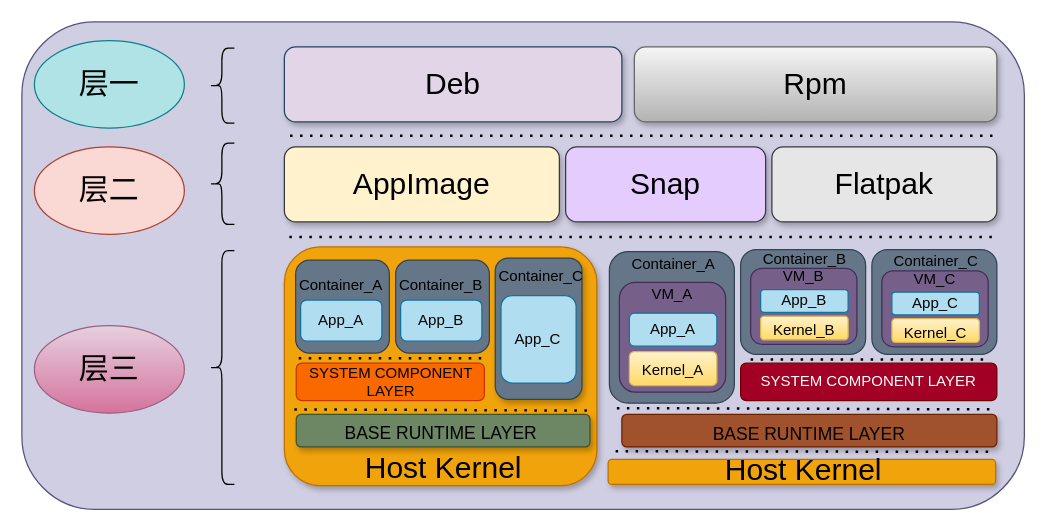
The draw.io diagram appcomparch.drawio in Doorer/draw.io-1, before the edit. Source tidied: cells renumbered, new cells numbered last; positions are measured from the earlier drawing's top-left corner, leaving out a move shared by most shapes. Both pictures are drawn from the tidied source at 125%, with x=0, y=0 at pixel (21, 21).
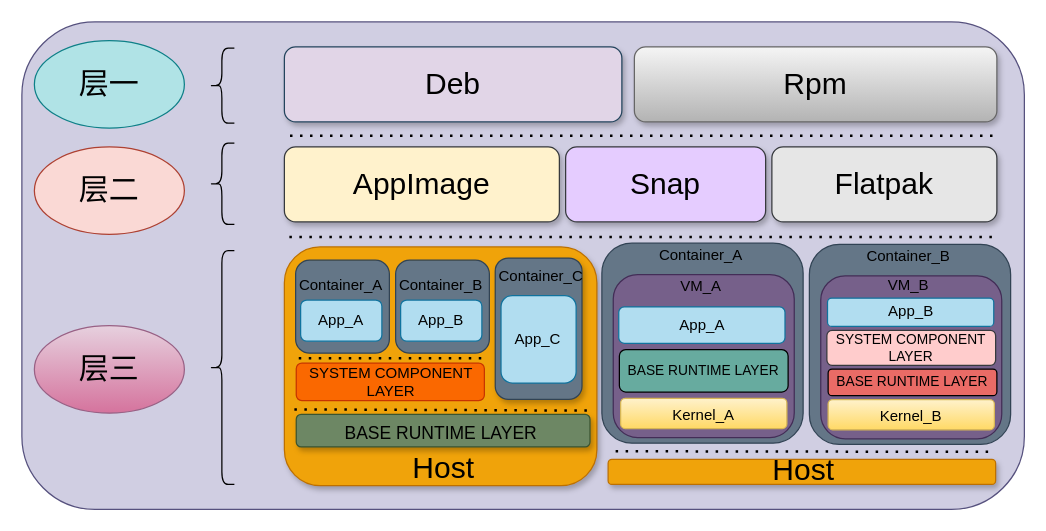
The same page after the edit.

What changed in the source:
```diff
@@
-    <mxCell id="11" value="&lt;font style=&quot;font-size: 24px&quot;&gt;Host Kernel&lt;/font&gt;" style="text;html=1;align=center;verticalAlign=middle;fillColor=none;strokeColor=none;rounded=0;fontSize=12;" parent="1" vertex="1">
-      <mxGeometry x="267" y="347" width="140" height="20" as="geometry" />
+    <mxCell id="11" value="&lt;font style=&quot;font-size: 24px&quot;&gt;Host&lt;/font&gt;" style="text;html=1;align=center;verticalAlign=middle;fillColor=none;strokeColor=none;rounded=0;fontSize=12;" parent="1" vertex="1">
+      <mxGeometry x="307" y="347" width="60" height="20" as="geometry" />
     </mxCell>
-    <mxCell id="12" value="&lt;font style=&quot;font-size: 24px&quot;&gt;Host Kernel&lt;/font&gt;" style="text;html=1;align=center;verticalAlign=middle;fillColor=none;strokeColor=none;rounded=0;fontSize=12;" parent="1" vertex="1">
-      <mxGeometry x="555" y="348.5" width="140" height="20" as="geometry" />
+    <mxCell id="12" value="&lt;font style=&quot;font-size: 24px&quot;&gt;Host&lt;/font&gt;" style="text;html=1;align=center;verticalAlign=middle;fillColor=none;strokeColor=none;rounded=0;fontSize=12;" parent="1" vertex="1">
+      <mxGeometry x="595" y="348.5" width="60" height="20" as="geometry" />
     </mxCell>
@@
-    <mxCell id="27" style="group;shadow=1;rounded=1;" parent="1" vertex="1">
-      <mxGeometry x="470" y="175" width="100" height="130" as="geometry" />
-    </mxCell>
-    <mxCell id="28" style="rounded=1;whiteSpace=wrap;html=1;fontSize=24;strokeColor=#314354;fillColor=#647687;fontColor=#ffffff;" parent="27" vertex="1">
-      <mxGeometry y="8.8" width="100" height="121.2" as="geometry" />
-    </mxCell>
-    <mxCell id="29" style="group;" parent="27" vertex="1">
-      <mxGeometry x="8" y="8.8" width="85" height="112.4" as="geometry" />
-    </mxCell>
-    <mxCell id="30" style="rounded=1;whiteSpace=wrap;html=1;fontSize=24;fillColor=#76608a;fontColor=#ffffff;strokeColor=#432D57;" parent="29" vertex="1">
-      <mxGeometry y="24.6" width="85" height="87.8" as="geometry" />
-    </mxCell>
-    <mxCell id="31" value="&lt;font style=&quot;font-size: 12px&quot;&gt;Kernel_A&lt;/font&gt;" style="rounded=1;whiteSpace=wrap;html=1;fontSize=18;fillColor=#fff2cc;strokeColor=#d6b656;gradientColor=#ffd966;" parent="29" vertex="1">
-      <mxGeometry x="8" y="79.9" width="70" height="27.2" as="geometry" />
-    </mxCell>
-    <mxCell id="32" value="App_A" style="rounded=1;whiteSpace=wrap;html=1;fontSize=12;fillColor=#b1ddf0;strokeColor=#10739e;" parent="29" vertex="1">
-      <mxGeometry x="8" y="49.2" width="70" height="26.4" as="geometry" />
-    </mxCell>
-    <mxCell id="33" value="VM_A" style="text;html=1;align=center;verticalAlign=middle;fillColor=none;strokeColor=none;rounded=0;fontSize=12;" parent="29" vertex="1">
-      <mxGeometry x="17" y="24.4" width="50" height="20" as="geometry" />
-    </mxCell>
-    <mxCell id="34" value="Container_A" style="text;html=1;align=center;verticalAlign=middle;fillColor=none;strokeColor=none;rounded=0;fontSize=12;" parent="29" vertex="1">
-      <mxGeometry x="3" width="80" height="20" as="geometry" />
-    </mxCell>
-    <mxCell id="35" style="endArrow=none;dashed=1;html=1;dashPattern=1 3;strokeWidth=2;rounded=0;fontSize=24;" parent="1" edge="1">
-      <mxGeometry relative="1" as="geometry">
-        <mxPoint x="476" y="309" as="sourcePoint" />
-        <mxPoint x="776" y="310" as="targetPoint" />
-      </mxGeometry>
-    </mxCell>
@@
-    <mxCell id="41" value="&lt;span style=&quot;color: rgb(0 , 0 , 0) ; font-size: 14px&quot;&gt;BASE RUNTIME LAYER&lt;/span&gt;" style="rounded=1;whiteSpace=wrap;html=1;fontSize=24;strokeColor=#6D1F00;fillColor=#a0522d;shadow=1;fontColor=#ffffff;" parent="1" vertex="1">
-      <mxGeometry x="480" y="314" width="300" height="26" as="geometry" />
-    </mxCell>
@@
-    <mxCell id="49" value="SYSTEM COMPONENT LAYER" style="rounded=1;whiteSpace=wrap;html=1;fontSize=12;strokeColor=#6F0000;fillColor=#a20025;fontColor=#ffffff;" parent="1" vertex="1">
-      <mxGeometry x="575" y="273" width="205" height="30" as="geometry" />
-    </mxCell>
-    <mxCell id="50" style="endArrow=none;dashed=1;html=1;dashPattern=1 3;strokeWidth=2;rounded=0;fontSize=6;" parent="1" edge="1">
-      <mxGeometry relative="1" as="geometry">
-        <mxPoint x="583" y="270" as="sourcePoint" />
-        <mxPoint x="773" y="270" as="targetPoint" />
-      </mxGeometry>
-    </mxCell>
-    <mxCell id="51" style="group;" parent="1" vertex="1">
-      <mxGeometry x="680" y="182.1" width="100" height="83.9" as="geometry" />
-    </mxCell>
-    <mxCell id="52" style="rounded=1;whiteSpace=wrap;html=1;fontSize=24;strokeColor=#314354;fillColor=#647687;fontColor=#ffffff;" parent="51" vertex="1">
-      <mxGeometry width="100" height="83.9" as="geometry" />
-    </mxCell>
-    <mxCell id="53" style="group;" parent="51" vertex="1">
-      <mxGeometry x="8" width="85" height="77.8" as="geometry" />
-    </mxCell>
-    <mxCell id="54" style="rounded=1;whiteSpace=wrap;html=1;fontSize=24;fillColor=#76608a;fontColor=#ffffff;strokeColor=#432D57;" parent="53" vertex="1">
-      <mxGeometry y="17" width="85" height="60.8" as="geometry" />
-    </mxCell>
-    <mxCell id="55" value="&lt;font style=&quot;font-size: 12px&quot;&gt;Kernel_C&lt;/font&gt;" style="rounded=1;whiteSpace=wrap;html=1;fontSize=18;fillColor=#fff2cc;strokeColor=#d6b656;gradientColor=#ffd966;" parent="53" vertex="1">
-      <mxGeometry x="8" y="55.3" width="70" height="18.9" as="geometry" />
-    </mxCell>
-    <mxCell id="56" value="App_C" style="rounded=1;whiteSpace=wrap;html=1;fontSize=12;fillColor=#b1ddf0;strokeColor=#10739e;" parent="53" vertex="1">
-      <mxGeometry x="8" y="34.1" width="70" height="18.2" as="geometry" />
-    </mxCell>
-    <mxCell id="57" value="VM_C" style="text;html=1;align=center;verticalAlign=middle;fillColor=none;strokeColor=none;rounded=0;fontSize=12;" parent="53" vertex="1">
-      <mxGeometry x="17" y="14.2" width="50" height="20" as="geometry" />
-    </mxCell>
-    <mxCell id="58" value="Container_C" style="text;html=1;align=center;verticalAlign=middle;fillColor=none;strokeColor=none;rounded=0;fontSize=12;" parent="53" vertex="1">
-      <mxGeometry x="3" width="80" height="20" as="geometry" />
-    </mxCell>
-    <mxCell id="59" style="rounded=1;whiteSpace=wrap;html=1;fontSize=24;strokeColor=#314354;fillColor=#647687;fontColor=#ffffff;" parent="1" vertex="1">
-      <mxGeometry x="575" y="182.1" width="100" height="83.9" as="geometry" />
-    </mxCell>
-    <mxCell id="60" style="group;" parent="1" vertex="1">
-      <mxGeometry x="583" y="180.1" width="85" height="77.8" as="geometry" />
-    </mxCell>
-    <mxCell id="61" style="rounded=1;whiteSpace=wrap;html=1;fontSize=24;fillColor=#76608a;fontColor=#ffffff;strokeColor=#432D57;" parent="60" vertex="1">
-      <mxGeometry y="17" width="85" height="60.8" as="geometry" />
-    </mxCell>
+    <mxCell id="66" style="group;" parent="1" vertex="1">
+      <mxGeometry x="630" y="178" width="161" height="160" as="geometry" />
+    </mxCell>
+    <mxCell id="67" style="rounded=1;whiteSpace=wrap;html=1;fontSize=24;strokeColor=#314354;fillColor=#647687;fontColor=#ffffff;" parent="66" vertex="1">
+      <mxGeometry width="161" height="160" as="geometry" />
+    </mxCell>
+    <mxCell id="68" style="rounded=1;whiteSpace=wrap;html=1;fontSize=24;fillColor=#76608a;fontColor=#ffffff;strokeColor=#432D57;" parent="66" vertex="1">
+      <mxGeometry x="9.1" y="25.2" width="144.8" height="130.3" as="geometry" />
+    </mxCell>
-    <mxCell id="62" value="&lt;font style=&quot;font-size: 12px&quot;&gt;Kernel_B&lt;/font&gt;" style="rounded=1;whiteSpace=wrap;html=1;fontSize=18;fillColor=#fff2cc;strokeColor=#d6b656;gradientColor=#ffd966;" parent="60" vertex="1">
-      <mxGeometry x="8" y="55.3" width="70" height="18.9" as="geometry" />
+    <mxCell id="62" value="&lt;font style=&quot;font-size: 12px&quot;&gt;Kernel_B&lt;/font&gt;" style="rounded=1;whiteSpace=wrap;html=1;fontSize=18;fillColor=#fff2cc;strokeColor=#d6b656;gradientColor=#ffd966;" parent="66" vertex="1">
+      <mxGeometry x="15" y="124.1" width="133" height="24.2" as="geometry" />
     </mxCell>
-    <mxCell id="63" value="App_B" style="rounded=1;whiteSpace=wrap;html=1;fontSize=12;fillColor=#b1ddf0;strokeColor=#10739e;" parent="60" vertex="1">
-      <mxGeometry x="8" y="34.1" width="70" height="18.2" as="geometry" />
+    <mxCell id="63" value="App_B" style="rounded=1;whiteSpace=wrap;html=1;fontSize=12;fillColor=#b1ddf0;strokeColor=#10739e;" parent="66" vertex="1">
+      <mxGeometry x="14.5" y="43" width="133" height="22.6" as="geometry" />
     </mxCell>
-    <mxCell id="64" value="VM_B" style="text;html=1;align=center;verticalAlign=middle;fillColor=none;strokeColor=none;rounded=0;fontSize=12;" parent="60" vertex="1">
-      <mxGeometry x="17" y="13.9" width="50" height="20" as="geometry" />
+    <mxCell id="64" value="VM_B" style="text;html=1;align=center;verticalAlign=middle;fillColor=none;strokeColor=none;rounded=0;fontSize=12;" parent="66" vertex="1">
+      <mxGeometry x="54" y="23.2" width="50" height="20" as="geometry" />
     </mxCell>
-    <mxCell id="65" value="Container_B" style="text;html=1;align=center;verticalAlign=middle;fillColor=none;strokeColor=none;rounded=0;fontSize=12;" parent="60" vertex="1">
-      <mxGeometry x="3" width="80" height="20" as="geometry" />
+    <mxCell id="65" value="Container_B" style="text;html=1;align=center;verticalAlign=middle;fillColor=none;strokeColor=none;rounded=0;fontSize=12;" parent="66" vertex="1">
+      <mxGeometry x="39" width="80" height="20" as="geometry" />
     </mxCell>
+    <mxCell id="49" value="SYSTEM COMPONENT LAYER" style="rounded=1;whiteSpace=wrap;html=1;fontSize=11;fillColor=#ffcccc;strokeColor=#36393d;" parent="66" vertex="1">
+      <mxGeometry x="14" y="68.8" width="135" height="28" as="geometry" />
+    </mxCell>
+    <mxCell id="69" value="BASE RUNTIME LAYER" style="rounded=1;whiteSpace=wrap;html=1;fontSize=11;fontColor=#000000;fillColor=#EA6B66;" parent="66" vertex="1">
+      <mxGeometry x="15" y="99.8" width="135" height="21.2" as="geometry" />
+    </mxCell>
+    <mxCell id="70" style="group;" parent="1" vertex="1">
+      <mxGeometry x="464" y="177" width="161" height="160" as="geometry" />
+    </mxCell>
+    <mxCell id="28" style="rounded=1;whiteSpace=wrap;html=1;fontSize=24;strokeColor=#314354;fillColor=#647687;fontColor=#ffffff;" parent="70" vertex="1">
+      <mxGeometry width="161" height="160" as="geometry" />
+    </mxCell>
+    <mxCell id="30" style="rounded=1;whiteSpace=wrap;html=1;fontSize=24;fillColor=#76608a;fontColor=#ffffff;strokeColor=#432D57;" parent="70" vertex="1">
+      <mxGeometry x="9.1" y="25.2" width="144.8" height="130.3" as="geometry" />
+    </mxCell>
+    <mxCell id="31" value="&lt;font style=&quot;font-size: 12px&quot;&gt;Kernel_A&lt;/font&gt;" style="rounded=1;whiteSpace=wrap;html=1;fontSize=18;fillColor=#fff2cc;strokeColor=#d6b656;gradientColor=#ffd966;" parent="70" vertex="1">
+      <mxGeometry x="15" y="124.1" width="133" height="24.2" as="geometry" />
+    </mxCell>
+    <mxCell id="32" value="App_A" style="rounded=1;whiteSpace=wrap;html=1;fontSize=12;fillColor=#b1ddf0;strokeColor=#10739e;" parent="70" vertex="1">
+      <mxGeometry x="13.5" y="51" width="133" height="29.1" as="geometry" />
+    </mxCell>
+    <mxCell id="33" value="VM_A" style="text;html=1;align=center;verticalAlign=middle;fillColor=none;strokeColor=none;rounded=0;fontSize=12;" parent="70" vertex="1">
+      <mxGeometry x="54" y="25.2" width="50" height="20" as="geometry" />
+    </mxCell>
+    <mxCell id="34" value="Container_A" style="text;html=1;align=center;verticalAlign=middle;fillColor=none;strokeColor=none;rounded=0;fontSize=12;" parent="70" vertex="1">
+      <mxGeometry x="39" width="80" height="20" as="geometry" />
+    </mxCell>
+    <mxCell id="71" value="BASE RUNTIME LAYER" style="rounded=1;whiteSpace=wrap;html=1;fontSize=11;fontColor=#000000;fillColor=#67AB9F;" parent="70" vertex="1">
+      <mxGeometry x="14" y="85.2" width="135" height="33.9" as="geometry" />
+    </mxCell>
```
